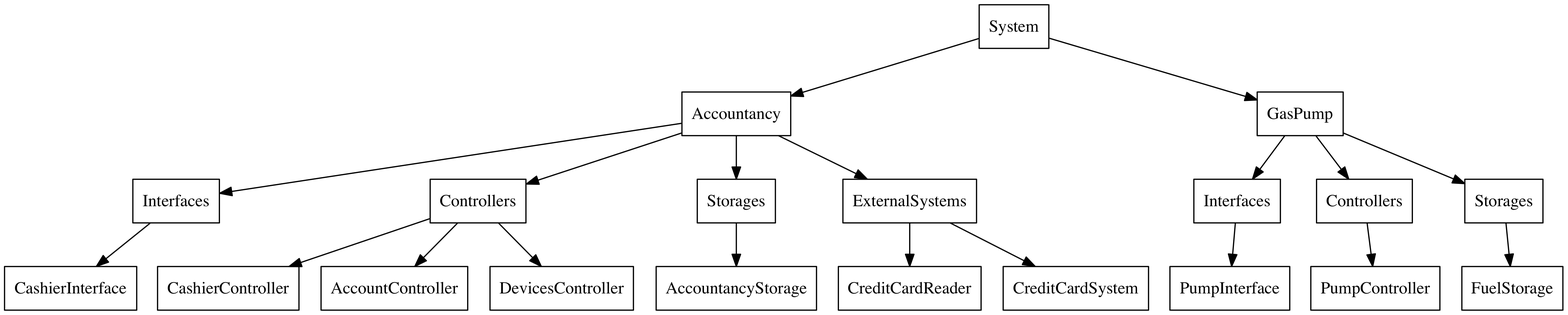
Above: projet2/hierarchical.png in Tycale/dev-method_lingi2251 (Graphviz), before the change. Its source is kept beside it as projet2/hierarchical.dot.
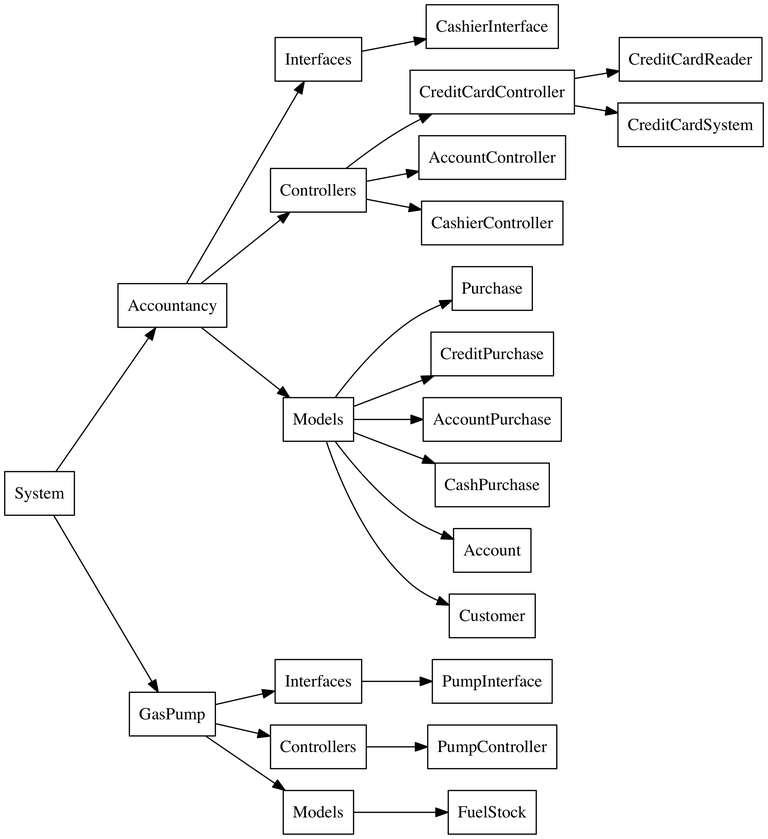
Above is the later version.

Change to the diagram source:
```diff
@@ -1,32 +1,51 @@
 digraph G {
-	graph [overlap=false, splines=true, dpi=300, rankdir="UD"];
+	graph [overlap=false, splines=true, dpi=300, rankdir="LR"];
 	node [shape=box];
 	System -> Accountancy;
-	System -> GasPump;
+
 	1 [label="Interfaces"];
 	2 [label="Controllers"];
-	3 [label="Storages"];
-	7 [label="ExternalSystems"];
-	4 [label="Interfaces"];
-	5 [label="Controllers"];
-	6 [label="Storages"];
+	3 [label="Models"];
+	7 [label="CreditCardController"];
+
 	Accountancy -> 1;
 	Accountancy -> 2;
 	Accountancy -> 3;
-	Accountancy -> 7;
+
+
+	2 -> 7;
+
+	7 -> CreditCardReader;
+	7 -> CreditCardSystem;
+
+	2 -> AccountController;
+	2 -> CashierController;
+
+	3 -> Purchase;
+	3 -> CreditPurchase;
+	3 -> AccountPurchase;
+	3 -> CashPurchase;
+	3 -> Account;
+	3 -> Customer;
+
+	1 -> CashierInterface;
+
+	4 [label="Interfaces"];
+	5 [label="Controllers"];
+	6 [label="Models"];
+
+	System -> GasPump;
+
 	GasPump -> 4;
 	GasPump -> 5;
 	GasPump -> 6;
-	1 -> CashierInterface;
-	2 -> CashierController;
-	2 -> AccountController;
-	2 -> DevicesController;
-	7 -> CreditCardReader;
-	7 -> CreditCardSystem;
-	3 -> AccountancyStorage;
-
 
 	4 -> PumpInterface;
 	5 -> PumpController;
-	6 -> FuelStorage;
+	6 -> FuelStock;
+
+
+
+
+
 }
```
